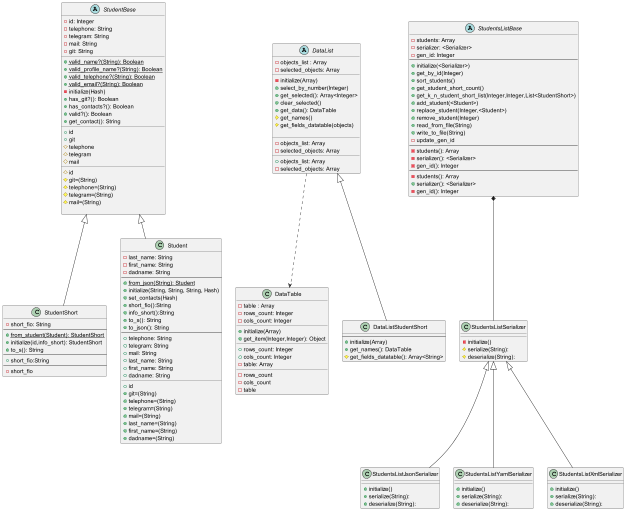
The PlantUML diagram LR2/diagram/StudentClassDiagram.png in KREEAL/RubyLabs, before a commit.
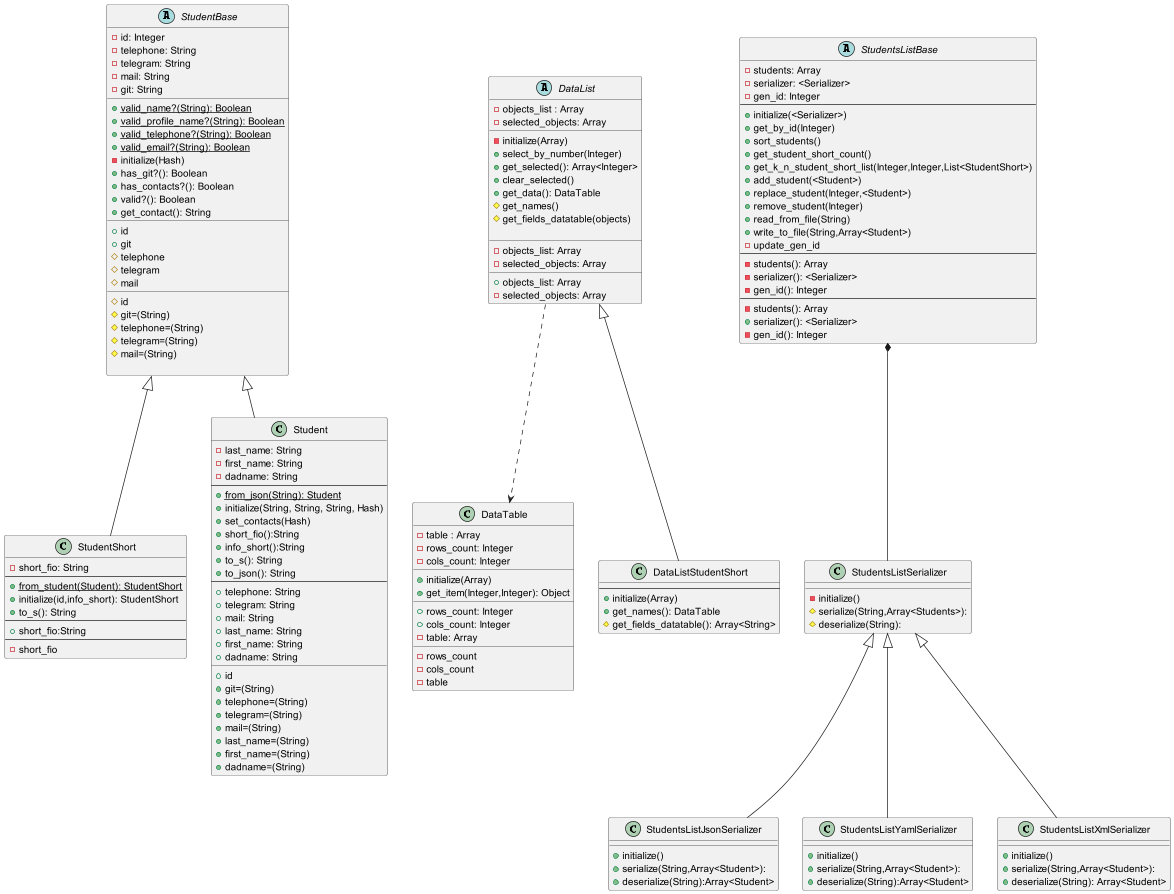
The same file after the commit.

Change to the diagram source:
```diff
@@ -127,7 +127,7 @@
     +replace_student(Integer,<Student>)
     +remove_student(Integer)
     +read_from_file(String)
-    +write_to_file(String)
+    +write_to_file(String,Array<Student>)
     -update_gen_id
     --
     -students(): Array
@@ -141,26 +141,26 @@
 
 class StudentsListSerializer{
     -initialize()
-    #serialize(String):
+    #serialize(String,Array<Students>):
     #deserialize(String):
 }
 
 class StudentsListJsonSerializer extends StudentsListSerializer{
     +initialize()
-    +serialize(String):
-    +deserialize(String):
+    +serialize(String,Array<Student>):
+    +deserialize(String):Array<Student>
 }
 
 class StudentsListYamlSerializer extends StudentsListSerializer{
     +initialize()
-    +serialize(String):
-    +deserialize(String):
+    +serialize(String,Array<Student>):
+    +deserialize(String):Array<Student>
 }
 
 class StudentsListXmlSerializer extends StudentsListSerializer{
     +initialize()
-    +serialize(String):
-    +deserialize(String):
+    +serialize(String,Array<Student>):
+    +deserialize(String): Array<Student>
 }
 
 
```
